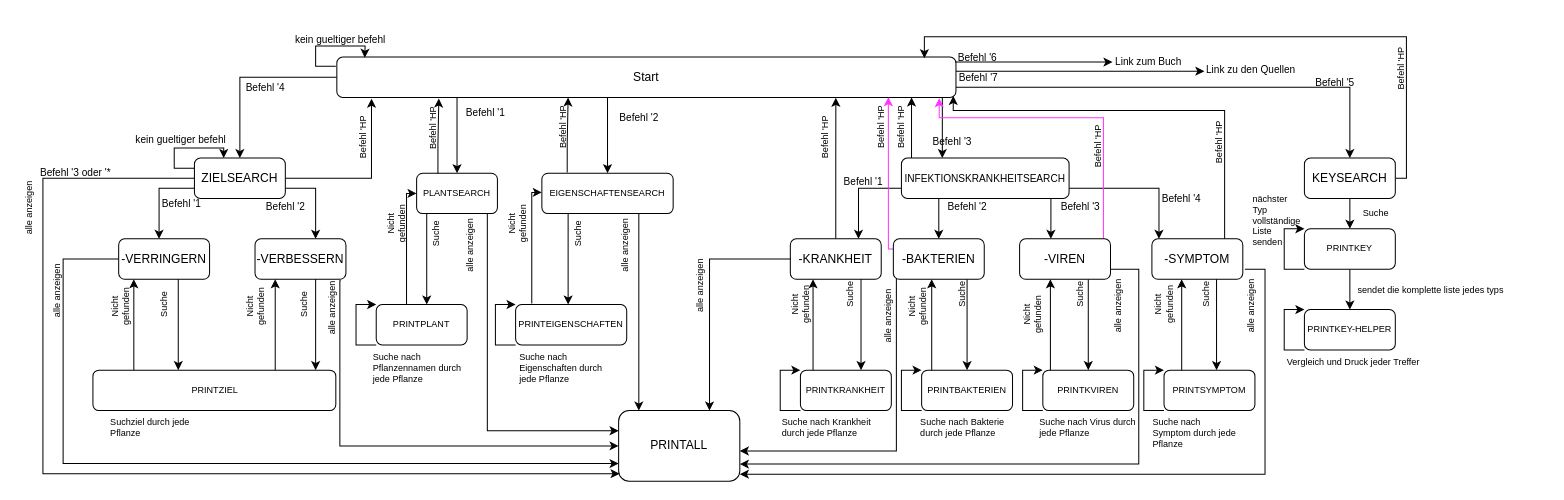
This is karte.drawio from tuliodnw/FUN-PRO, a draw.io file, before an edit. Source tidied: cells renumbered, new cells numbered last; positions are measured from the earlier drawing's top-left corner, leaving out a move shared by most shapes. Both pictures are drawn from the tidied source at 101%, with x=0, y=0 at pixel (2, 17).
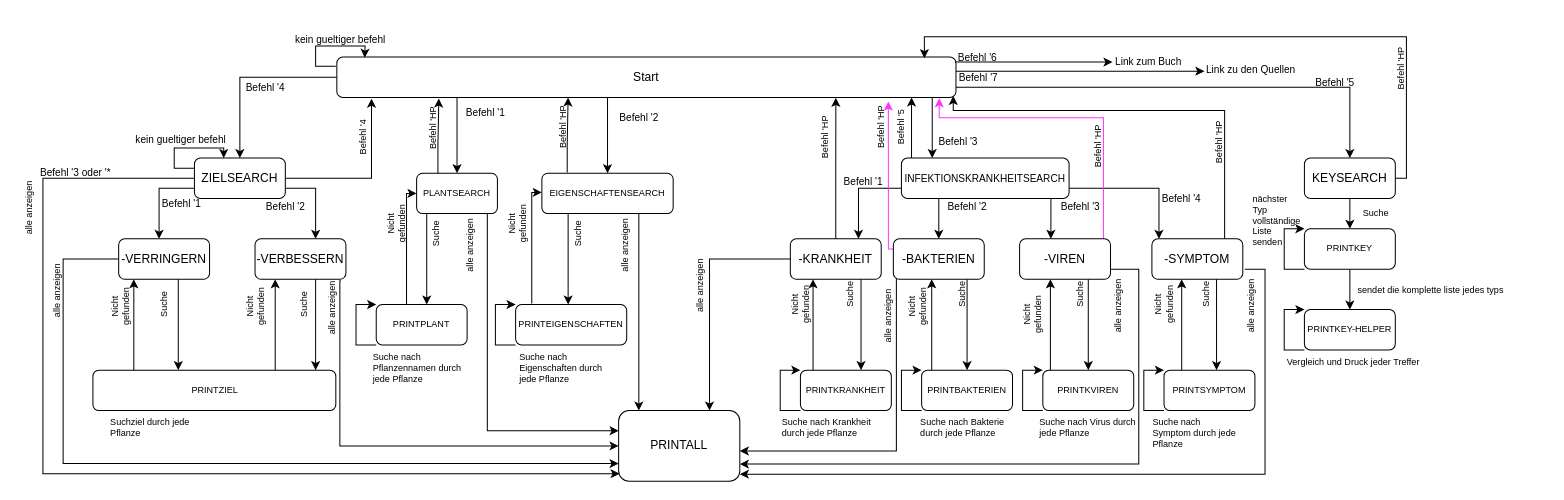
The same diagram, later.

Change to the diagram source:
```diff
@@
     <mxCell id="5" style="edgeStyle=orthogonalEdgeStyle;rounded=0;orthogonalLoop=1;jettySize=auto;html=1;entryX=0.25;entryY=0;entryDx=0;entryDy=0;fontSize=10;fontColor=#000000;" parent="1" edge="1">
       <mxGeometry relative="1" as="geometry">
-        <mxPoint x="930.5" y="79" as="sourcePoint" />
-        <mxPoint x="930.5" y="139" as="targetPoint" />
+        <mxPoint x="920.5" y="79" as="sourcePoint" />
+        <mxPoint x="920.5" y="139" as="targetPoint" />
         <Array as="points">
-          <mxPoint x="931" y="109" />
+          <mxPoint x="921" y="109" />
         </Array>
       </mxGeometry>
     </mxCell>
@@
     <mxCell id="111" value="Befehl '3" style="text;html=1;align=center;verticalAlign=middle;strokeColor=none;fillColor=none;fontSize=10;fontColor=#000000;" parent="1" vertex="1">
-      <mxGeometry x="910" y="108" width="60" height="30" as="geometry" />
+      <mxGeometry x="916" y="108" width="60" height="30" as="geometry" />
     </mxCell>
@@
-    <mxCell id="124" value="Befehl 'HP" style="text;html=1;align=center;verticalAlign=middle;points=[];strokeColor=none;fillColor=none;fontSize=9;fontColor=#000000;rotation=-90;" parent="1" vertex="1">
-      <mxGeometry x="855" y="99" width="70" height="20" as="geometry" />
+    <mxCell id="124" value="Befehl '5" style="text;html=1;align=center;verticalAlign=middle;points=[];strokeColor=none;fillColor=none;fontSize=9;fontColor=#000000;rotation=-90;" parent="1" vertex="1">
+      <mxGeometry x="860" y="99" width="60" height="20" as="geometry" />
     </mxCell>
@@
-    <mxCell id="129" value="Befehl 'HP" style="text;html=1;align=center;verticalAlign=middle;strokeColor=none;fillColor=none;fontSize=9;fontColor=#000000;rotation=-90;" parent="1" vertex="1">
-      <mxGeometry x="322" y="109" width="70" height="20" as="geometry" />
+    <mxCell id="129" value="Befehl '4" style="text;html=1;align=center;verticalAlign=middle;strokeColor=none;fillColor=none;fontSize=9;fontColor=#000000;rotation=-90;" parent="1" vertex="1">
+      <mxGeometry x="327" y="109" width="60" height="20" as="geometry" />
     </mxCell>
```
